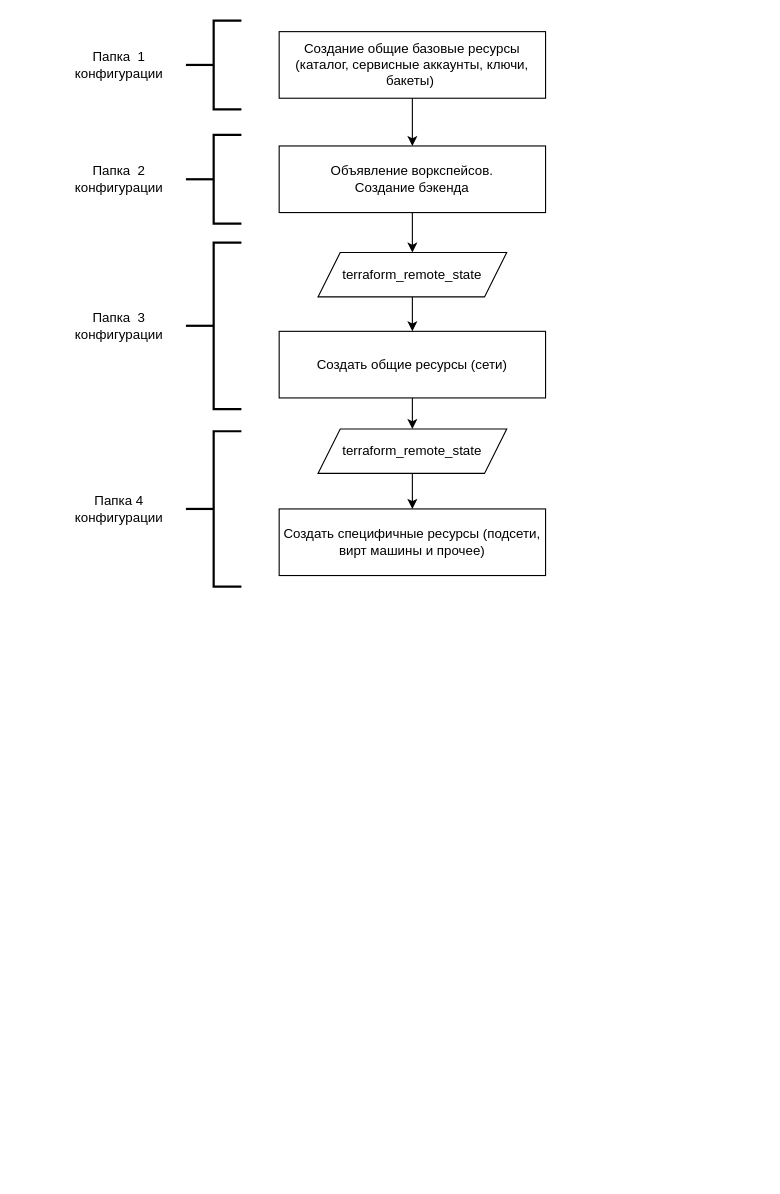
olezhuravlev/devops-diploma-yandexcloud keeps this draw.io diagram as 16-diploma-yc/images/diagrams.drawio. Above is the earlier version. Source tidied: cells renumbered, new cells numbered last; positions are measured from the earlier drawing's top-left corner, leaving out a move shared by most shapes. Both pictures are drawn from the tidied source at 111%, with x=0, y=0 at pixel (63, 20).
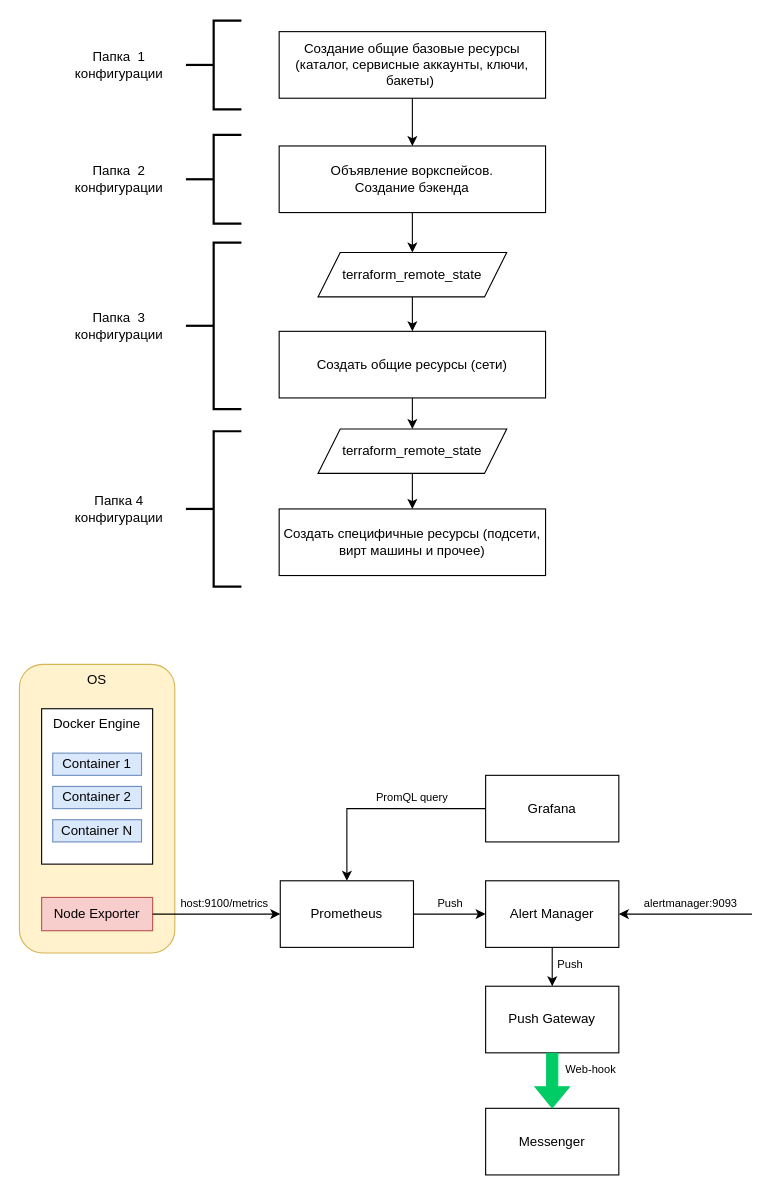
Above is the later version.

Diff of the diagram source:
```diff
@@
+    <mxCell id="21" value="host:9100/metrics" style="text;html=1;fillColor=none;align=center;verticalAlign=middle;whiteSpace=wrap;rounded=0;fontSize=10;" parent="1" vertex="1">
+      <mxGeometry x="90" y="790" width="110" height="10" as="geometry" />
+    </mxCell>
+    <mxCell id="22" value="OS" style="rounded=1;whiteSpace=wrap;html=1;verticalAlign=top;fillColor=#fff2cc;strokeColor=#d6b656;" parent="1" vertex="1">
+      <mxGeometry x="-40" y="580" width="140" height="260" as="geometry" />
+    </mxCell>
+    <mxCell id="23" value="Docker Engine" style="rounded=0;whiteSpace=wrap;html=1;verticalAlign=top;align=center;" parent="1" vertex="1">
+      <mxGeometry x="-20" y="620" width="100" height="140" as="geometry" />
+    </mxCell>
@@
+    <mxCell id="24" value="Container 1" style="rounded=0;whiteSpace=wrap;html=1;fillColor=#dae8fc;strokeColor=#6c8ebf;" parent="1" vertex="1">
+      <mxGeometry x="-10" y="660" width="80" height="20" as="geometry" />
+    </mxCell>
+    <mxCell id="25" value="Container 2" style="rounded=0;whiteSpace=wrap;html=1;fillColor=#dae8fc;strokeColor=#6c8ebf;" parent="1" vertex="1">
+      <mxGeometry x="-10" y="690" width="80" height="20" as="geometry" />
+    </mxCell>
+    <mxCell id="26" value="Container N" style="rounded=0;whiteSpace=wrap;html=1;fillColor=#dae8fc;strokeColor=#6c8ebf;" parent="1" vertex="1">
+      <mxGeometry x="-10" y="720" width="80" height="20" as="geometry" />
+    </mxCell>
+    <mxCell id="27" value="Node Exporter" style="rounded=0;whiteSpace=wrap;html=1;fillColor=#f8cecc;strokeColor=#b85450;" parent="1" vertex="1">
+      <mxGeometry x="-20" y="790" width="100" height="30" as="geometry" />
+    </mxCell>
+    <mxCell id="28" value="Prometheus" style="rounded=0;whiteSpace=wrap;html=1;" parent="1" vertex="1">
+      <mxGeometry x="195" y="775" width="120" height="60" as="geometry" />
+    </mxCell>
+    <mxCell id="29" value="Grafana" style="rounded=0;whiteSpace=wrap;html=1;" parent="1" vertex="1">
+      <mxGeometry x="380" y="680" width="120" height="60" as="geometry" />
+    </mxCell>
+    <mxCell id="30" value="Alert Manager" style="rounded=0;whiteSpace=wrap;html=1;" parent="1" vertex="1">
+      <mxGeometry x="380" y="775" width="120" height="60" as="geometry" />
+    </mxCell>
+    <mxCell id="31" style="endArrow=classic;html=1;rounded=0;fontSize=10;entryX=0;entryY=0.5;entryDx=0;entryDy=0;exitX=1;exitY=0.5;exitDx=0;exitDy=0;" parent="1" edge="1" source="27" target="28">
+      <mxGeometry relative="1" as="geometry" />
+    </mxCell>
+    <mxCell id="32" style="endArrow=classic;html=1;rounded=0;fontSize=10;entryX=0;entryY=0.5;entryDx=0;entryDy=0;exitX=1;exitY=0.5;exitDx=0;exitDy=0;" parent="1" edge="1" source="28" target="30">
+      <mxGeometry relative="1" as="geometry" />
+    </mxCell>
+    <mxCell id="33" style="endArrow=classic;html=1;rounded=0;fontSize=10;exitX=0;exitY=0.5;exitDx=0;exitDy=0;entryX=0.5;entryY=0;entryDx=0;entryDy=0;" parent="1" edge="1" source="29" target="28">
+      <mxGeometry relative="1" as="geometry">
+        <Array as="points">
+          <mxPoint x="255" y="710" />
+        </Array>
+      </mxGeometry>
+    </mxCell>
+    <mxCell id="34" value="PromQL query" style="text;html=1;fillColor=none;align=center;verticalAlign=middle;whiteSpace=wrap;rounded=0;fontSize=10;" parent="1" vertex="1">
+      <mxGeometry x="270" y="695" width="88" height="10" as="geometry" />
+    </mxCell>
+    <mxCell id="35" value="Push" style="text;html=1;fillColor=none;align=center;verticalAlign=middle;whiteSpace=wrap;rounded=0;fontSize=10;" parent="1" vertex="1">
+      <mxGeometry x="326" y="790" width="45" height="10" as="geometry" />
+    </mxCell>
+    <mxCell id="36" value="Push Gateway" style="rounded=0;whiteSpace=wrap;html=1;" parent="1" vertex="1">
+      <mxGeometry x="380" y="870" width="120" height="60" as="geometry" />
+    </mxCell>
+    <mxCell id="37" value="Messenger" style="rounded=0;whiteSpace=wrap;html=1;" parent="1" vertex="1">
+      <mxGeometry x="380" y="980" width="120" height="60" as="geometry" />
+    </mxCell>
+    <mxCell id="38" style="shape=flexArrow;endArrow=classic;html=1;rounded=0;fontSize=10;entryX=0.5;entryY=0;entryDx=0;entryDy=0;exitX=0.5;exitY=1;exitDx=0;exitDy=0;fillColor=#00CC66;strokeColor=#00CC66;" parent="1" edge="1" source="36" target="37">
+      <mxGeometry relative="1" as="geometry" />
+    </mxCell>
+    <mxCell id="39" style="endArrow=classic;html=1;rounded=0;fontSize=10;entryX=0.5;entryY=0;entryDx=0;entryDy=0;exitX=0.5;exitY=1;exitDx=0;exitDy=0;" parent="1" edge="1" source="30" target="36">
+      <mxGeometry relative="1" as="geometry" />
+    </mxCell>
+    <mxCell id="40" value="Push" style="text;html=1;fillColor=none;align=center;verticalAlign=middle;whiteSpace=wrap;rounded=0;fontSize=10;" parent="1" vertex="1">
+      <mxGeometry x="434" y="845" width="45" height="10" as="geometry" />
+    </mxCell>
+    <mxCell id="41" value="Web-hook" style="text;html=1;fillColor=none;align=center;verticalAlign=middle;whiteSpace=wrap;rounded=0;fontSize=10;" parent="1" vertex="1">
+      <mxGeometry x="440" y="940" width="70" height="10" as="geometry" />
+    </mxCell>
+    <mxCell id="42" style="endArrow=classic;html=1;rounded=0;strokeColor=default;fontSize=10;fillColor=#00CC66;entryX=1;entryY=0.5;entryDx=0;entryDy=0;" parent="1" edge="1" target="30">
+      <mxGeometry relative="1" as="geometry">
+        <mxPoint x="620" y="805" as="sourcePoint" />
+      </mxGeometry>
+    </mxCell>
+    <mxCell id="43" value="alertmanager:9093" style="text;html=1;fillColor=none;align=center;verticalAlign=middle;whiteSpace=wrap;rounded=0;fontSize=10;" parent="1" vertex="1">
+      <mxGeometry x="510" y="790" width="110" height="10" as="geometry" />
+    </mxCell>
```
